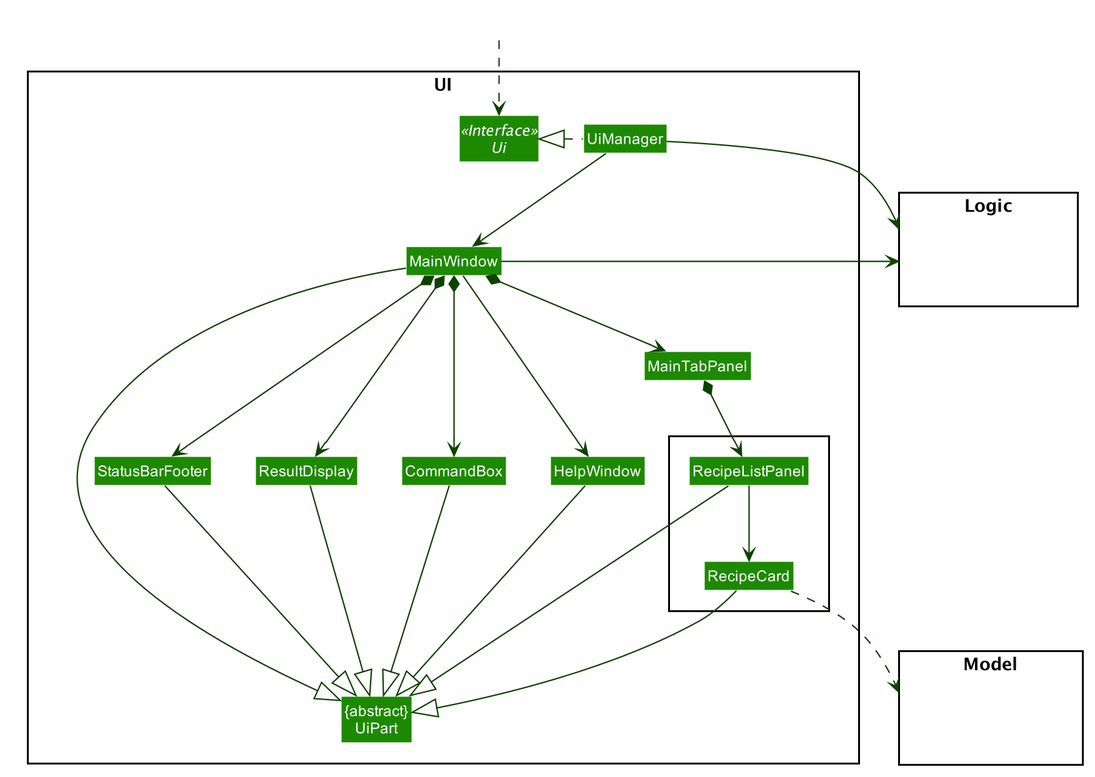
Before: images/UiClassDiagram.png, a diagram exported from PlantUML (AY1920S2-CS2103T-T10-1/main).
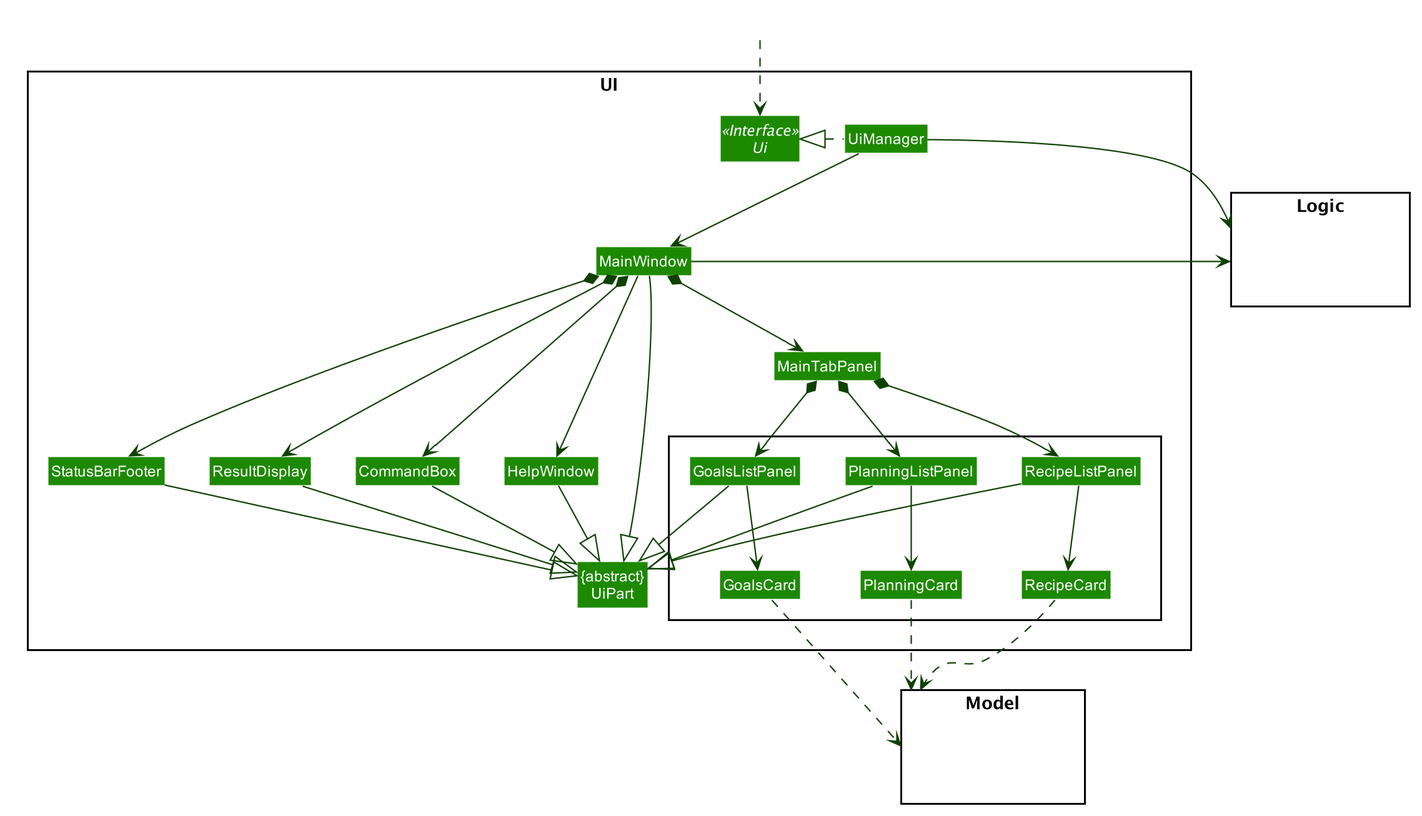
The same diagram one commit later.

The edit, as a diff of the source:
```diff
@@ -64,6 +64,10 @@
  package {
  Class RecipeListPanel
  Class RecipeCard
+ Class PlanningListPanel
+ Class PlanningCard
+ Class GoalsListPanel
+ Class GoalsCard
  }
  }
 
@@ -88,17 +92,24 @@
 
 MainTabPanel *-down-> RecipeListPanel
 RecipeListPanel -down-> RecipeCard
+MainTabPanel *-down-> PlanningListPanel
+PlanningListPanel -down-> PlanningCard
+MainTabPanel *-down-> GoalsListPanel
+GoalsListPanel -down-> GoalsCard
 
 MainWindow -left-|> UiPart
 
 ResultDisplay --|> UiPart
 CommandBox --|> UiPart
 RecipeListPanel --|> UiPart
-RecipeCard --|> UiPart
+PlanningListPanel --|> UiPart
+GoalsListPanel  --|> UiPart
 StatusBarFooter --|> UiPart
 HelpWindow -down-|> UiPart
 
-RecipeCard ..> Model
+RecipeCard .down.> Model
+PlanningCard .down.> Model
+GoalsCard .down.> Model
 UiManager -right-> Logic
 MainWindow -left-> Logic
 
```
